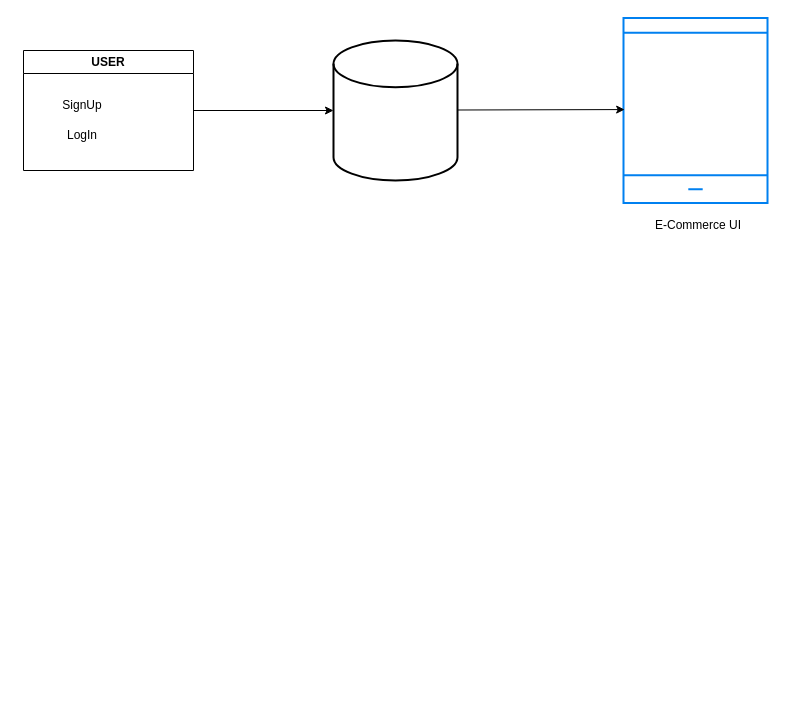
Before: page "UserLogin Flow" (1 of 2) of E-CommerceSahil.drawio in chennai45454545445/DrawIo, a draw.io diagram. Source tidied: cells renumbered, new cells numbered last; positions are measured from the earlier drawing's top-left corner, leaving out a move shared by most shapes. Both pictures are drawn from the tidied source at 100%, with x=0, y=0 at pixel (17, 18).
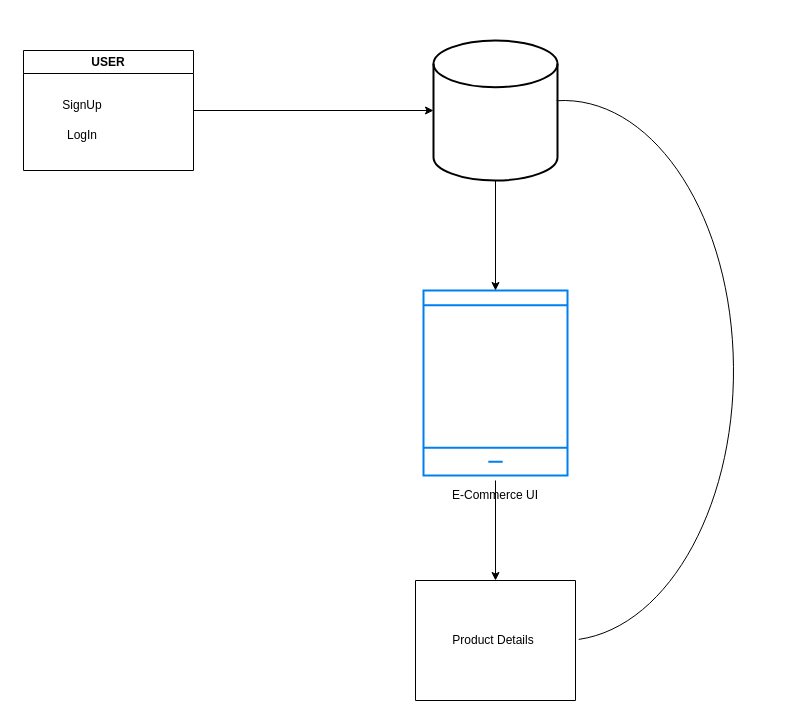
The same diagram, later.

The edit, as a diff of the source:
```diff
@@
 <mxGraphModel>
   <root>
     <mxCell id="0" />
     <mxCell id="1" parent="0" />
     <mxCell id="2" value="USER" style="swimlane;whiteSpace=wrap;html=1;" parent="1" vertex="1">
       <mxGeometry x="6" y="32" width="170" height="120" as="geometry" />
     </mxCell>
     <mxCell id="3" value="SignUp" style="text;html=1;whiteSpace=wrap;strokeColor=none;fillColor=none;align=center;verticalAlign=middle;rounded=0;" parent="2" vertex="1">
       <mxGeometry x="-6" y="40" width="130" height="30" as="geometry" />
     </mxCell>
     <mxCell id="4" value="LogIn" style="text;html=1;whiteSpace=wrap;strokeColor=none;fillColor=none;align=center;verticalAlign=middle;rounded=0;" parent="2" vertex="1">
       <mxGeometry x="-6" y="70" width="130" height="30" as="geometry" />
     </mxCell>
     <mxCell id="5" style="html=1;verticalLabelPosition=bottom;align=center;labelBackgroundColor=#ffffff;verticalAlign=top;strokeWidth=2;strokeColor=#0080F0;shadow=0;dashed=0;shape=mxgraph.ios7.icons.smartphone;" parent="1" vertex="1">
-      <mxGeometry x="606" y="-0.5" width="144" height="185" as="geometry" />
+      <mxGeometry x="406" y="272" width="144" height="185" as="geometry" />
     </mxCell>
     <mxCell id="6" style="strokeWidth=2;html=1;shape=mxgraph.flowchart.database;whiteSpace=wrap;" parent="1" vertex="1">
-      <mxGeometry x="316" y="22" width="124" height="140" as="geometry" />
+      <mxGeometry x="416" y="22" width="124" height="140" as="geometry" />
     </mxCell>
     <mxCell id="7" style="endArrow=classic;html=1;rounded=0;exitX=1;exitY=0.5;exitDx=0;exitDy=0;entryX=0;entryY=0.5;entryDx=0;entryDy=0;entryPerimeter=0;" parent="1" edge="1" source="2" target="6">
       <mxGeometry relative="1" as="geometry" />
     </mxCell>
-    <mxCell id="8" style="endArrow=classic;html=1;rounded=0;exitX=1;exitY=0.5;exitDx=0;exitDy=0;entryX=0.008;entryY=0.495;entryDx=0;entryDy=0;entryPerimeter=0;" parent="1" edge="1" target="5">
+    <mxCell id="8" style="endArrow=classic;html=1;rounded=0;exitX=0.5;exitY=1;exitDx=0;exitDy=0;exitPerimeter=0;" parent="1" edge="1" source="6">
       <mxGeometry relative="1" as="geometry">
-        <mxPoint x="440" y="91.5" as="sourcePoint" />
+        <mxPoint x="478" y="272" as="targetPoint" />
       </mxGeometry>
     </mxCell>
     <mxCell id="9" value="E-Commerce UI" style="text;html=1;whiteSpace=wrap;strokeColor=none;fillColor=none;align=center;verticalAlign=middle;rounded=0;" parent="1" vertex="1">
-      <mxGeometry x="606" y="192" width="150" height="30" as="geometry" />
+      <mxGeometry x="403" y="462" width="150" height="30" as="geometry" />
     </mxCell>
+    <mxCell id="10" style="endArrow=classic;html=1;rounded=0;exitX=0.5;exitY=0;exitDx=0;exitDy=0;" parent="1" edge="1" source="9" target="11">
+      <mxGeometry relative="1" as="geometry" />
+    </mxCell>
+    <mxCell id="11" style="swimlane;startSize=0;" parent="1" vertex="1">
+      <mxGeometry x="398" y="562" width="160" height="120" as="geometry" />
+    </mxCell>
+    <mxCell id="12" value="Product Details" style="text;html=1;whiteSpace=wrap;strokeColor=none;fillColor=none;align=center;verticalAlign=middle;rounded=0;" parent="1" vertex="1">
+      <mxGeometry x="416" y="592" width="120" height="60" as="geometry" />
+    </mxCell>
+    <mxCell id="13" style="shape=mxgraph.basic.arc;html=1;startAngle=0.4936371943260041;endAngle=0.985714542894766;endArrow=classic;endFill=1;horizontal=1;direction=west;" parent="1" vertex="1">
+      <mxGeometry x="376" y="82" width="340" height="540" as="geometry" />
+    </mxCell>
   </root>
 </mxGraphModel>
```
